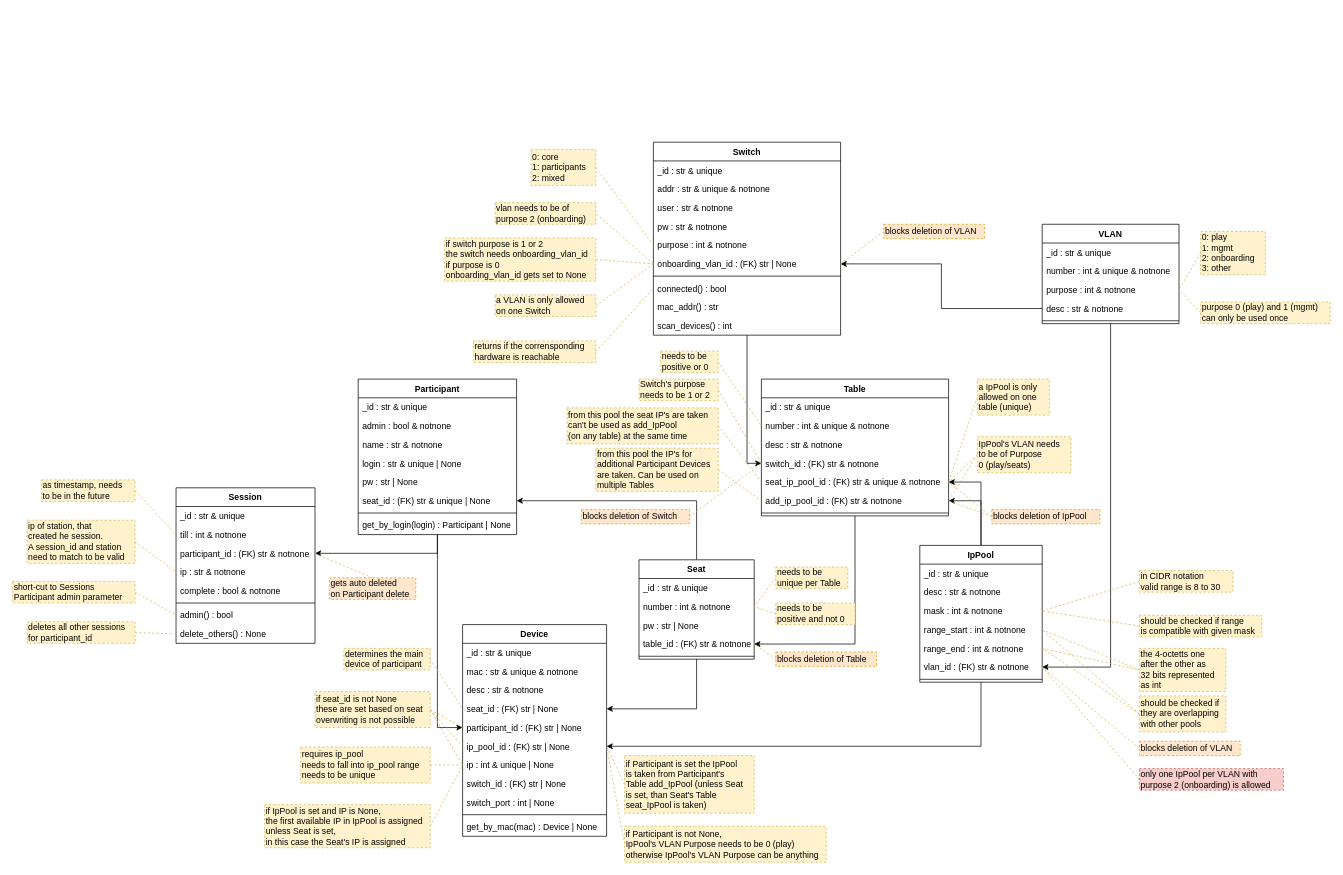
Before: docs/elements_classes.drawio in nils-ost/LanPartyOnboardingSystem, a draw.io diagram. Source tidied: cells renumbered, new cells numbered last; positions are measured from the earlier drawing's top-left corner, leaving out a move shared by most shapes. Both pictures are drawn from the tidied source at 72%, with x=0, y=0 at pixel (12, 142).
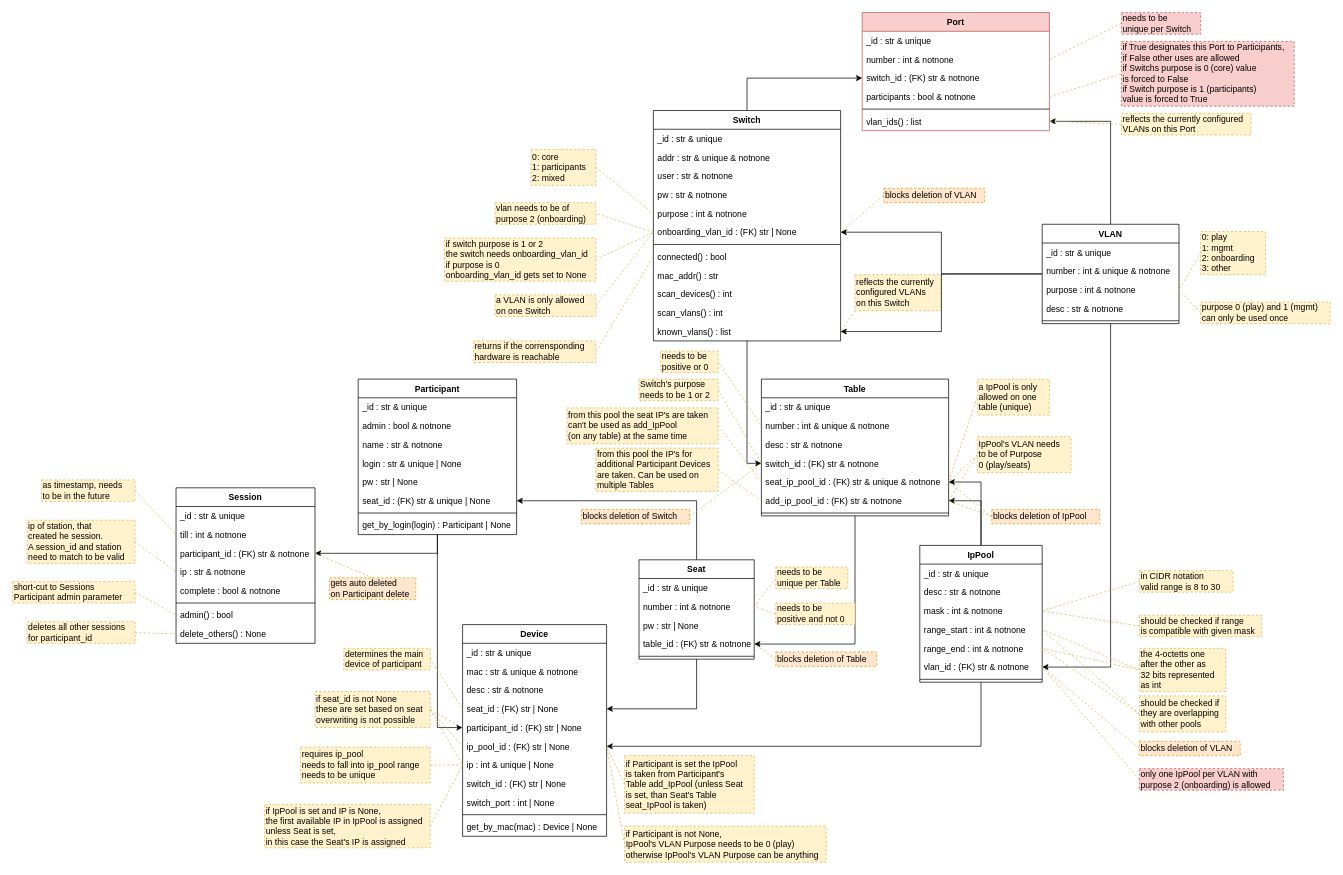
After the change.

Commit message (it also covers changes not shown here):
configured vlans on switches are now reflected in Switch element and in frontend

Unchanged cells that the change refers to:
```xml
<mxCell id="3" value="VLAN" style="swimlane;fontStyle=1;align=center;verticalAlign=top;horizontal=1;startSize=26;" parent="1" vertex="1">
  <mxGeometry x="1430" y="114" width="190" height="138" as="geometry" />
</mxCell>
<mxCell id="7" value="desc : str &amp; notnone" style="text;strokeColor=none;fillColor=none;align=left;verticalAlign=top;spacingLeft=4;spacingRight=4;overflow=hidden;points=[[0,0.5],[1,0.5]];portConstraint=eastwest;" parent="3" vertex="1">
  <mxGeometry y="104" width="190" height="26" as="geometry" />
</mxCell>
<mxCell id="15" value="onboarding_vlan_id : (FK) str | None" style="text;align=left;verticalAlign=top;spacingLeft=4;spacingRight=4;overflow=hidden;points=[[0,0.5],[1,0.5]];portConstraint=eastwest;" parent="9" vertex="1">
  <mxGeometry y="156" width="260" height="26" as="geometry" />
</mxCell>
```

Change to the diagram source:
```diff
@@
+    <mxCell id="160" style="edgeStyle=orthogonalEdgeStyle;rounded=0;jettySize=auto;html=1;endArrow=classic;endFill=1;" parent="1" edge="1" source="3" target="170">
+      <mxGeometry relative="1" as="geometry" />
+    </mxCell>
@@
+    <mxCell id="161" style="edgeStyle=orthogonalEdgeStyle;rounded=0;jettySize=auto;html=1;endArrow=classic;endFill=1;" parent="1" edge="1" source="9" target="167">
+      <mxGeometry relative="1" as="geometry" />
+    </mxCell>
     <mxCell id="9" value="Switch" style="swimlane;fontStyle=1;align=center;verticalAlign=top;horizontal=1;startSize=26;" parent="1" vertex="1">
-      <mxGeometry x="890" width="260" height="268" as="geometry" />
+      <mxGeometry x="890" y="-44" width="260" height="320" as="geometry" />
     </mxCell>
@@
+    <mxCell id="162" value="scan_vlans() : int" style="text;align=left;verticalAlign=top;spacingLeft=4;spacingRight=4;overflow=hidden;" parent="9" vertex="1">
+      <mxGeometry y="268" width="260" height="26" as="geometry" />
+    </mxCell>
+    <mxCell id="163" value="known_vlans() : list" style="text;align=left;verticalAlign=top;spacingLeft=4;spacingRight=4;overflow=hidden;points=[[0,0.5],[1,0.5]];portConstraint=eastwest;" parent="9" vertex="1">
+      <mxGeometry y="294" width="260" height="26" as="geometry" />
+    </mxCell>
@@
-    <mxCell id="24" style="edgeStyle=orthogonalEdgeStyle;rounded=0;jettySize=auto;html=1;endArrow=classic;endFill=1;" parent="1" edge="1" source="7" target="15">
+    <mxCell id="24" style="edgeStyle=orthogonalEdgeStyle;rounded=0;jettySize=auto;html=1;endArrow=classic;endFill=1;" parent="1" edge="1" source="3" target="15">
       <mxGeometry relative="1" as="geometry" />
     </mxCell>
@@
     <mxCell id="157" value="blocks deletion of VLAN" style="rounded=0;whiteSpace=wrap;html=1;fillColor=#ffe6cc;strokeColor=#d79b00;dashed=1;align=left;verticalAlign=middle;horizontal=1;labelPosition=center;verticalLabelPosition=middle;" parent="1" vertex="1">
-      <mxGeometry x="1210" y="114" width="140" height="20" as="geometry" />
+      <mxGeometry x="1210" y="64" width="140" height="20" as="geometry" />
     </mxCell>
@@
+    <mxCell id="164" value="Port" style="swimlane;fontStyle=1;align=center;verticalAlign=top;horizontal=1;startSize=26;fillColor=#f8cecc;strokeColor=#b85450;" parent="1" vertex="1">
+      <mxGeometry x="1180" y="-180" width="260" height="164" as="geometry" />
+    </mxCell>
+    <mxCell id="165" value="_id : str &amp; unique" style="text;strokeColor=none;fillColor=none;align=left;verticalAlign=top;spacingLeft=4;spacingRight=4;overflow=hidden;" parent="164" vertex="1">
+      <mxGeometry y="26" width="260" height="26" as="geometry" />
+    </mxCell>
+    <mxCell id="166" value="number : int &amp; notnone" style="text;strokeColor=none;fillColor=none;align=left;verticalAlign=top;spacingLeft=4;spacingRight=4;overflow=hidden;points=[[0,0.5],[1,0.5]];portConstraint=eastwest;" parent="164" vertex="1">
+      <mxGeometry y="52" width="260" height="26" as="geometry" />
+    </mxCell>
+    <mxCell id="167" value="switch_id : (FK) str &amp; notnone" style="text;strokeColor=none;fillColor=none;align=left;verticalAlign=top;spacingLeft=4;spacingRight=4;overflow=hidden;points=[[0,0.5],[1,0.5]];portConstraint=eastwest;" parent="164" vertex="1">
+      <mxGeometry y="78" width="260" height="26" as="geometry" />
+    </mxCell>
+    <mxCell id="168" value="participants : bool &amp; notnone" style="text;strokeColor=none;fillColor=none;align=left;verticalAlign=top;spacingLeft=4;spacingRight=4;overflow=hidden;points=[[0,0.5],[1,0.5]];portConstraint=eastwest;" parent="164" vertex="1">
+      <mxGeometry y="104" width="260" height="26" as="geometry" />
+    </mxCell>
+    <mxCell id="169" style="line;strokeWidth=1;fillColor=none;align=left;verticalAlign=middle;spacingTop=-1;spacingLeft=3;spacingRight=3;labelPosition=right;" parent="164" vertex="1">
+      <mxGeometry y="130" width="260" height="8" as="geometry" />
+    </mxCell>
+    <mxCell id="170" value="vlan_ids() : list" style="text;strokeColor=none;fillColor=none;align=left;verticalAlign=top;spacingLeft=4;spacingRight=4;overflow=hidden;points=[[0,0.5],[1,0.5]];portConstraint=eastwest;" parent="164" vertex="1">
+      <mxGeometry y="138" width="260" height="26" as="geometry" />
+    </mxCell>
+    <mxCell id="171" style="rounded=0;jettySize=auto;html=1;exitX=0;exitY=0.5;exitDx=0;exitDy=0;fillColor=#fff2cc;strokeColor=#d6b656;dashed=1;endArrow=none;endFill=0;entryX=1;entryY=0.5;entryDx=0;entryDy=0;" parent="1" edge="1" source="172" target="166">
+      <mxGeometry relative="1" as="geometry" />
+    </mxCell>
+    <mxCell id="172" value="needs to be&lt;br&gt;unique per Switch" style="rounded=0;whiteSpace=wrap;html=1;fillColor=#f8cecc;strokeColor=#b85450;dashed=1;align=left;verticalAlign=middle;horizontal=1;labelPosition=center;verticalLabelPosition=middle;" parent="1" vertex="1">
+      <mxGeometry x="1540" y="-180" width="110" height="30" as="geometry" />
+    </mxCell>
+    <mxCell id="173" style="edgeStyle=none;rounded=0;jettySize=auto;html=1;exitX=0;exitY=0.5;exitDx=0;exitDy=0;entryX=1;entryY=0.5;entryDx=0;entryDy=0;dashed=1;endArrow=none;endFill=0;fillColor=#fff2cc;strokeColor=#d6b656;" parent="1" edge="1" source="174" target="168">
+      <mxGeometry relative="1" as="geometry" />
+    </mxCell>
+    <mxCell id="174" value="if True designates this Port to Participants,&lt;br&gt;if False other uses are allowed&lt;br&gt;if Switchs purpose is 0 (core) value&lt;br&gt;is forced to False&lt;br&gt;if Switch purpose is 1 (participants)&lt;br&gt;value is forced to True" style="rounded=0;whiteSpace=wrap;html=1;fillColor=#f8cecc;strokeColor=#b85450;dashed=1;align=left;verticalAlign=middle;horizontal=1;labelPosition=center;verticalLabelPosition=middle;" parent="1" vertex="1">
+      <mxGeometry x="1540" y="-140" width="240" height="90" as="geometry" />
+    </mxCell>
+    <mxCell id="175" style="edgeStyle=none;rounded=0;jettySize=auto;html=1;exitX=0;exitY=0.5;exitDx=0;exitDy=0;entryX=1;entryY=0.5;entryDx=0;entryDy=0;dashed=1;endArrow=none;endFill=0;fillColor=#fff2cc;strokeColor=#d6b656;" parent="1" edge="1" source="176" target="170">
+      <mxGeometry relative="1" as="geometry" />
+    </mxCell>
+    <mxCell id="176" value="reflects the currently configured&lt;br&gt;VLANs on this Port" style="rounded=0;whiteSpace=wrap;html=1;fillColor=#fff2cc;strokeColor=#d6b656;dashed=1;align=left;verticalAlign=middle;horizontal=1;labelPosition=center;verticalLabelPosition=middle;" parent="1" vertex="1">
+      <mxGeometry x="1540" y="-40" width="180" height="30" as="geometry" />
+    </mxCell>
+    <mxCell id="177" style="rounded=0;jettySize=auto;html=1;exitX=0;exitY=1;exitDx=0;exitDy=0;entryX=1;entryY=0.5;entryDx=0;entryDy=0;endArrow=none;endFill=0;dashed=1;fillColor=#fff2cc;strokeColor=#d6b656;" parent="1" edge="1" source="178" target="163">
+      <mxGeometry relative="1" as="geometry" />
+    </mxCell>
+    <mxCell id="178" value="reflects the currently&lt;br&gt;configured VLANs&lt;br&gt;on this Switch" style="rounded=0;whiteSpace=wrap;html=1;fillColor=#fff2cc;strokeColor=#d6b656;dashed=1;align=left;verticalAlign=middle;horizontal=1;labelPosition=center;verticalLabelPosition=middle;" parent="1" vertex="1">
+      <mxGeometry x="1170" y="184" width="120" height="50" as="geometry" />
+    </mxCell>
+    <mxCell id="179" style="edgeStyle=orthogonalEdgeStyle;rounded=0;jettySize=auto;html=1;endArrow=classic;endFill=1;" parent="1" edge="1" source="3" target="163">
+      <mxGeometry relative="1" as="geometry" />
+    </mxCell>
```
